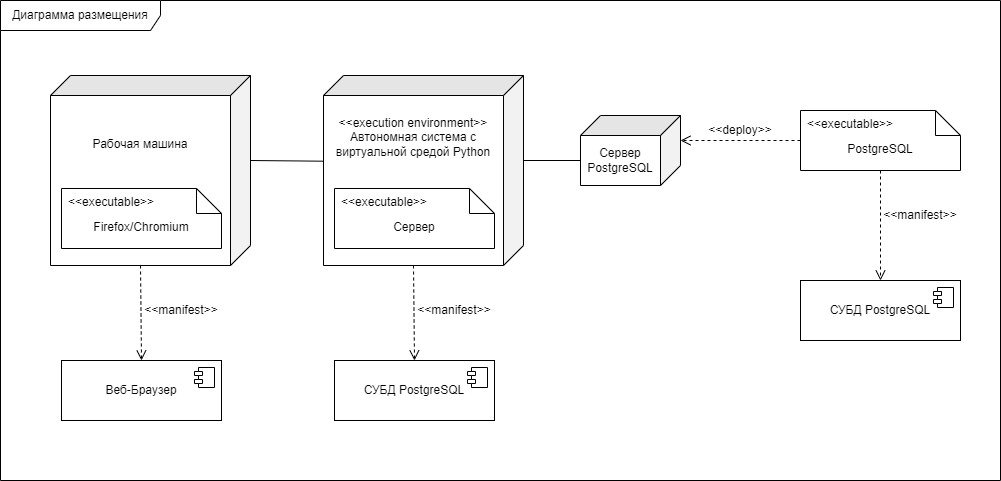
Earlier version of the draw.io export docs/deployment_diagram.png (AS2/habrolink). Source tidied: cells renumbered, new cells last; positions are measured from the earlier drawing's top-left corner, leaving out a move shared by most shapes.
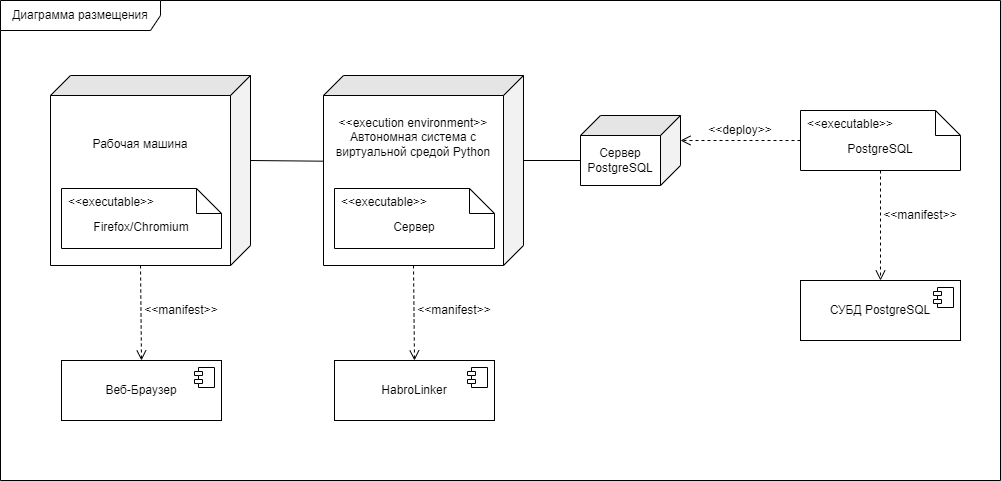
The same diagram one commit later.

Change to the diagram source:
```diff
@@ -43,7 +43,7 @@
     <mxCell id="14" value="&amp;lt;&amp;lt;manifest&amp;gt;&amp;gt;" style="text;html=1;strokeColor=none;fillColor=none;align=center;verticalAlign=middle;whiteSpace=wrap;rounded=0;" parent="1" vertex="1">
       <mxGeometry x="880" y="200" width="80" height="30" as="geometry" />
     </mxCell>
-    <mxCell id="15" value="СУБД PostgreSQL" style="html=1;whiteSpace=wrap;" parent="1" vertex="1">
+    <mxCell id="15" value="HabroLinker" style="html=1;whiteSpace=wrap;" parent="1" vertex="1">
       <mxGeometry x="334" y="360" width="160" height="60" as="geometry" />
     </mxCell>
     <mxCell id="16" style="shape=module;jettyWidth=8;jettyHeight=4;" parent="15" vertex="1">
```
